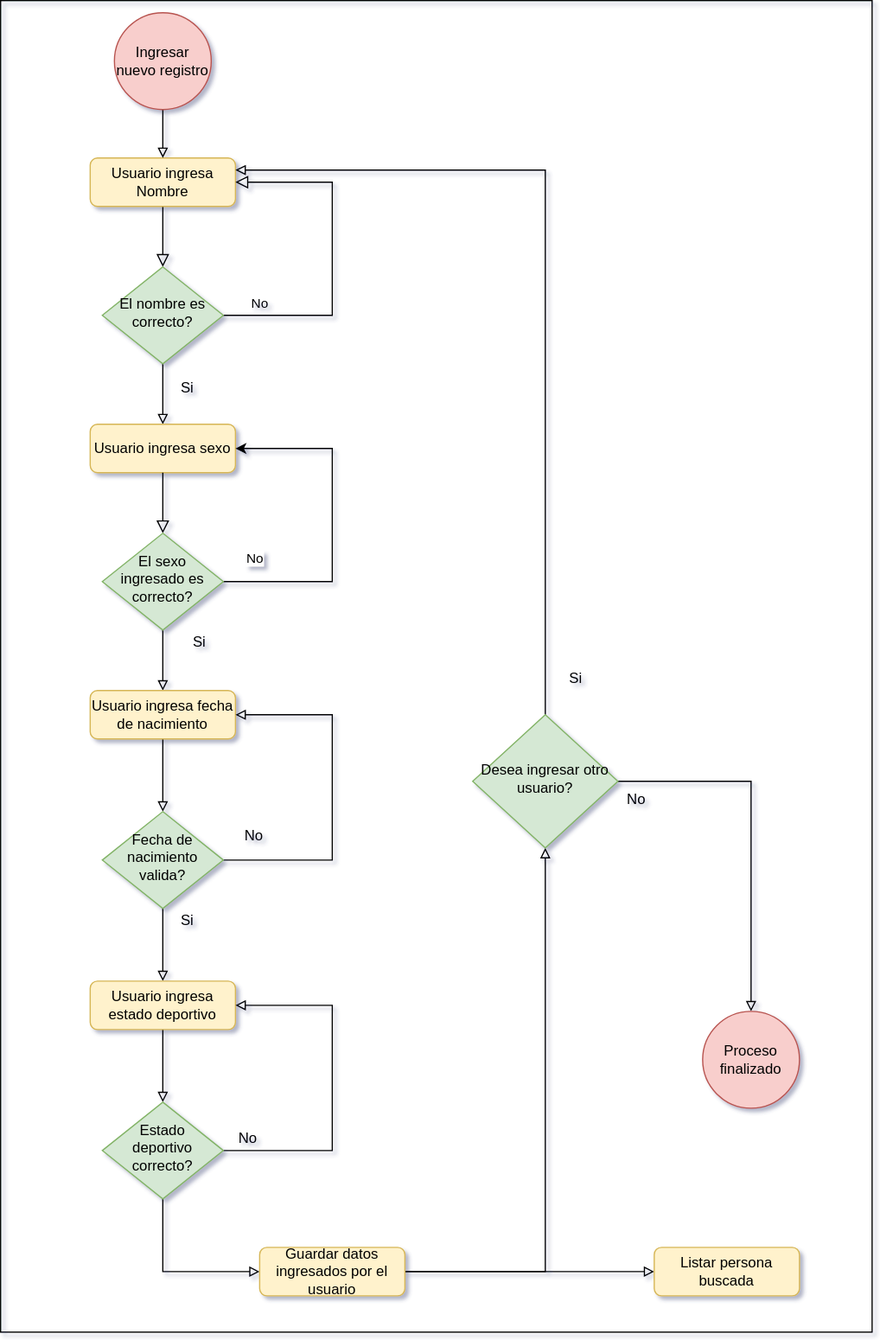
Before: Diagramas/DiagFlujoIngresarPersona.svg, a diagram exported from draw.io (MaxIbanez/Taller1P1_MI_JC). Source tidied: cells renumbered, new cells last; positions are measured from the earlier drawing's top-left corner, leaving out a move shared by most shapes.
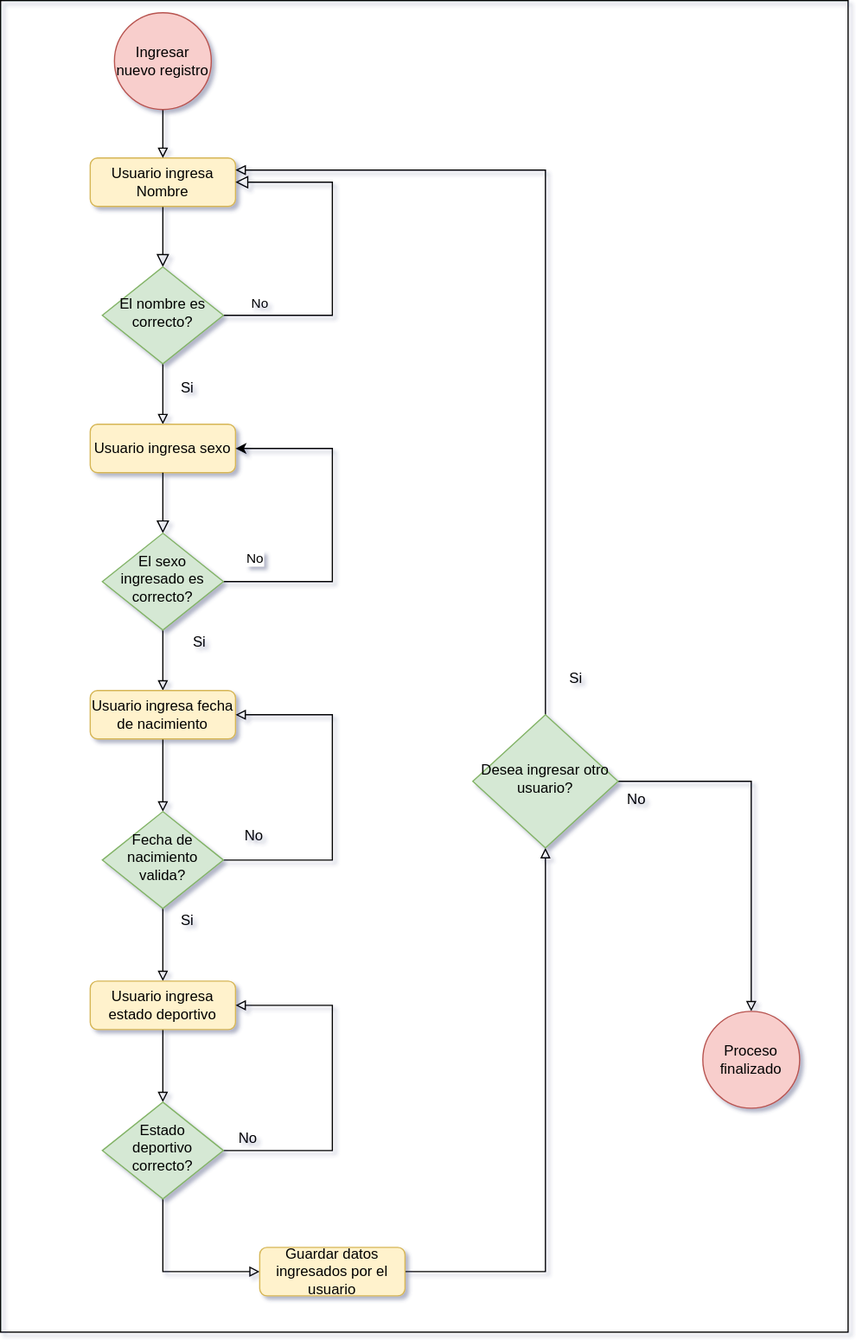
Above is the later version.

The edit, as a diff of the source:
```diff
@@ -111,9 +111,6 @@
     <mxCell id="28" style="edgeStyle=orthogonalEdgeStyle;rounded=0;jettySize=auto;html=1;entryX=0.5;entryY=1;entryDx=0;entryDy=0;endArrow=block;endFill=0;" parent="1" edge="1" source="30" target="35">
       <mxGeometry relative="1" as="geometry" />
     </mxCell>
-    <mxCell id="29" style="edgeStyle=orthogonalEdgeStyle;rounded=0;jettySize=auto;html=1;endArrow=block;endFill=0;" parent="1" edge="1" source="30" target="39">
-      <mxGeometry relative="1" as="geometry" />
-    </mxCell>
     <mxCell id="30" value="Guardar datos ingresados por el usuario" style="rounded=1;whiteSpace=wrap;html=1;fontSize=12;glass=0;strokeWidth=1;shadow=0;fillColor=#fff2cc;strokeColor=#d6b656;" parent="1" vertex="1">
       <mxGeometry x="214" y="1030" width="120" height="40" as="geometry" />
     </mxCell>
@@ -147,11 +144,8 @@
     <mxCell id="38" value="Proceso finalizado" style="ellipse;whiteSpace=wrap;html=1;fillColor=#f8cecc;strokeColor=#b85450;" parent="1" vertex="1">
       <mxGeometry x="580" y="835" width="80" height="80" as="geometry" />
     </mxCell>
-    <mxCell id="39" value="Listar persona buscada" style="rounded=1;whiteSpace=wrap;html=1;fontSize=12;glass=0;strokeWidth=1;shadow=0;fillColor=#fff2cc;strokeColor=#d6b656;" parent="1" vertex="1">
-      <mxGeometry x="540" y="1030" width="120" height="40" as="geometry" />
-    </mxCell>
     <mxCell id="40" style="rounded=0;whiteSpace=wrap;html=1;fillColor=none;" parent="1" vertex="1">
-      <mxGeometry width="720" height="1100" as="geometry" />
+      <mxGeometry width="700" height="1100" as="geometry" />
     </mxCell>
   </root>
 </mxGraphModel>
```
